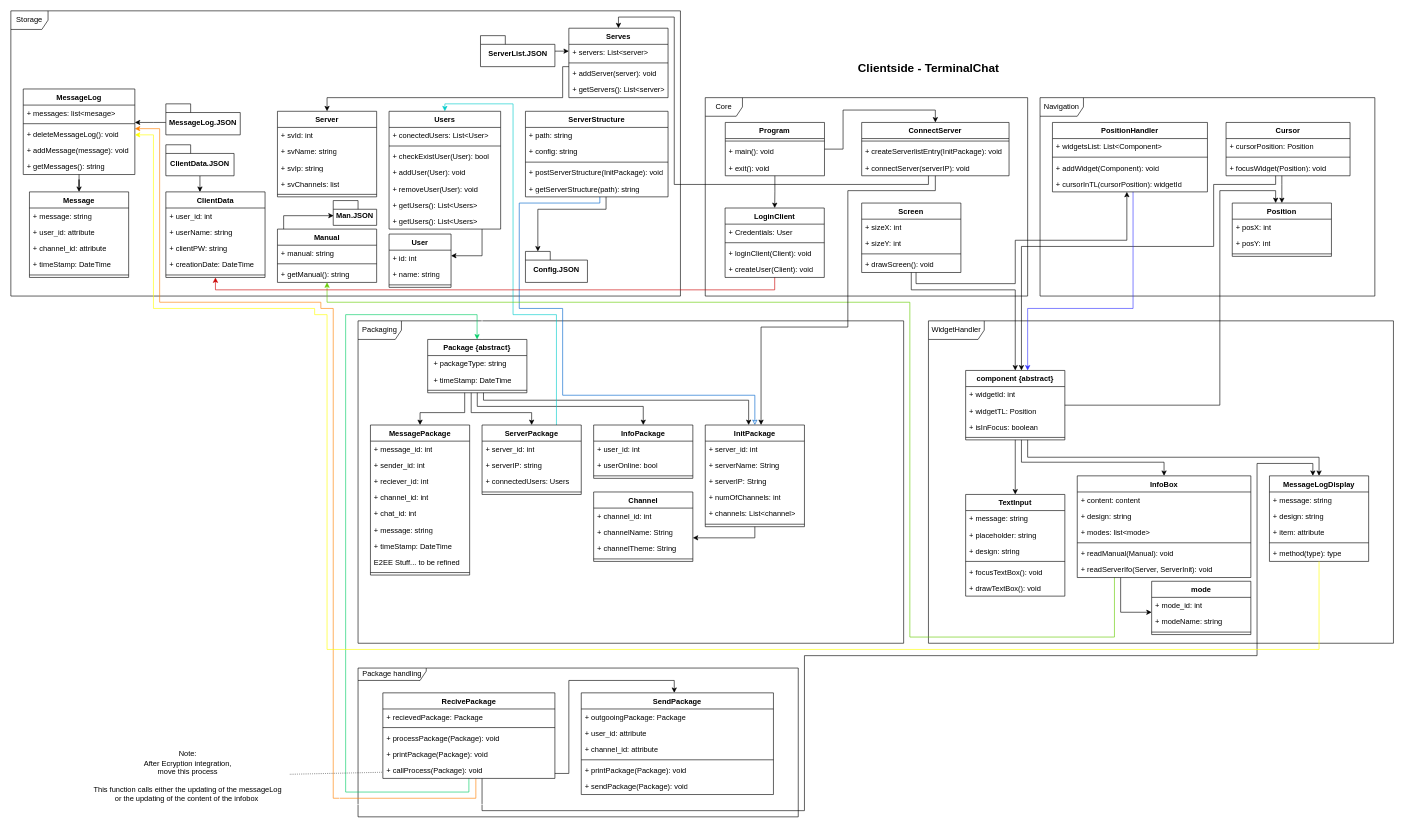
The draw.io diagram Dokumente/Diagramme/classdiagramm_client.drawio in gbssg/ims.project.terminalchat, before the edit. Source tidied: cells renumbered, new cells numbered last; positions are measured from the earlier drawing's top-left corner, leaving out a move shared by most shapes. Both pictures are drawn from the tidied source at 62%, with x=0, y=0 at pixel (11, 11).
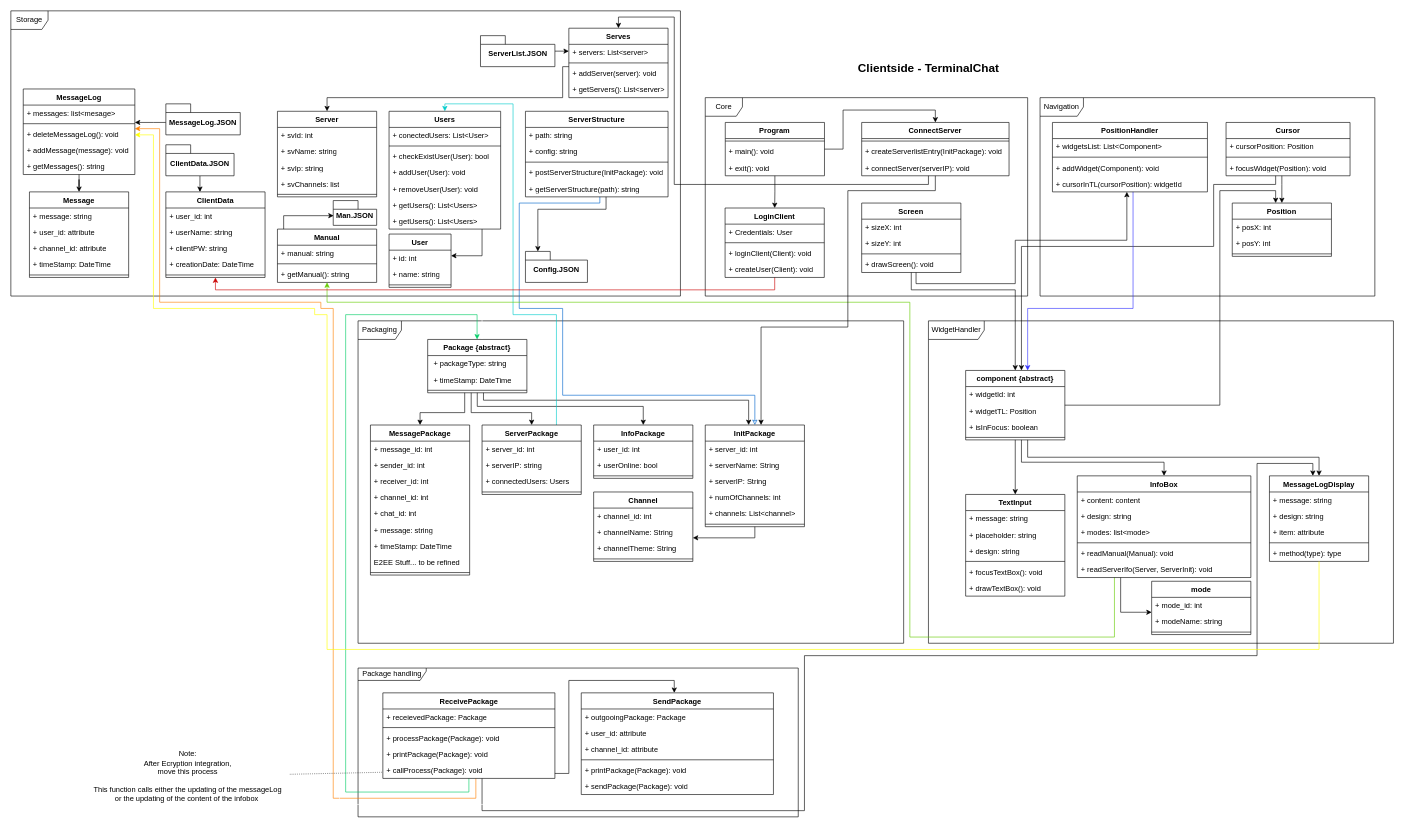
The same page after the edit.

The change refers to these unchanged cells:
```xml
<mxCell id="24" value="MessagePackage" style="swimlane;fontStyle=1;align=center;verticalAlign=top;horizontal=1;startSize=26;whiteSpace=wrap;html=1;swimlaneLine=1;shadow=0;fillOpacity=100;backgroundOutline=0;labelBackgroundColor=none;" parent="1" vertex="1">
  <mxGeometry x="580" y="668" width="160" height="242" as="geometry" />
</mxCell>
```

The edit, as a diff of the source:
```diff
@@
-    <mxCell id="27" value="+ reciever_id: int" style="text;align=left;verticalAlign=top;spacingLeft=4;spacingRight=4;overflow=hidden;whiteSpace=wrap;html=1;swimlaneLine=1;shadow=0;fillOpacity=100;backgroundOutline=0;labelBackgroundColor=none;" parent="24" vertex="1">
+    <mxCell id="27" value="+ receiver_id: int" style="text;align=left;verticalAlign=top;spacingLeft=4;spacingRight=4;overflow=hidden;whiteSpace=wrap;html=1;swimlaneLine=1;shadow=0;fillOpacity=100;backgroundOutline=0;labelBackgroundColor=none;" parent="24" vertex="1">
       <mxGeometry y="78" width="160" height="26" as="geometry" />
     </mxCell>
@@
-    <mxCell id="128" value="RecivePackage" style="swimlane;fontStyle=1;align=center;verticalAlign=top;horizontal=1;startSize=26;whiteSpace=wrap;html=1;swimlaneLine=1;shadow=0;fillOpacity=100;backgroundOutline=0;labelBackgroundColor=none;" parent="1" vertex="1">
+    <mxCell id="128" value="ReceivePackage" style="swimlane;fontStyle=1;align=center;verticalAlign=top;horizontal=1;startSize=26;whiteSpace=wrap;html=1;swimlaneLine=1;shadow=0;fillOpacity=100;backgroundOutline=0;labelBackgroundColor=none;" parent="1" vertex="1">
       <mxGeometry x="600" y="1100" width="277.5" height="138" as="geometry" />
     </mxCell>
-    <mxCell id="129" value="+ recievedPackage: Package" style="text;align=left;verticalAlign=top;spacingLeft=4;spacingRight=4;overflow=hidden;whiteSpace=wrap;html=1;swimlaneLine=1;shadow=0;fillOpacity=100;backgroundOutline=0;labelBackgroundColor=none;" parent="128" vertex="1">
+    <mxCell id="129" value="+ receievedPackage: Package" style="text;align=left;verticalAlign=top;spacingLeft=4;spacingRight=4;overflow=hidden;whiteSpace=wrap;html=1;swimlaneLine=1;shadow=0;fillOpacity=100;backgroundOutline=0;labelBackgroundColor=none;" parent="128" vertex="1">
       <mxGeometry y="26" width="277.5" height="26" as="geometry" />
     </mxCell>
```
